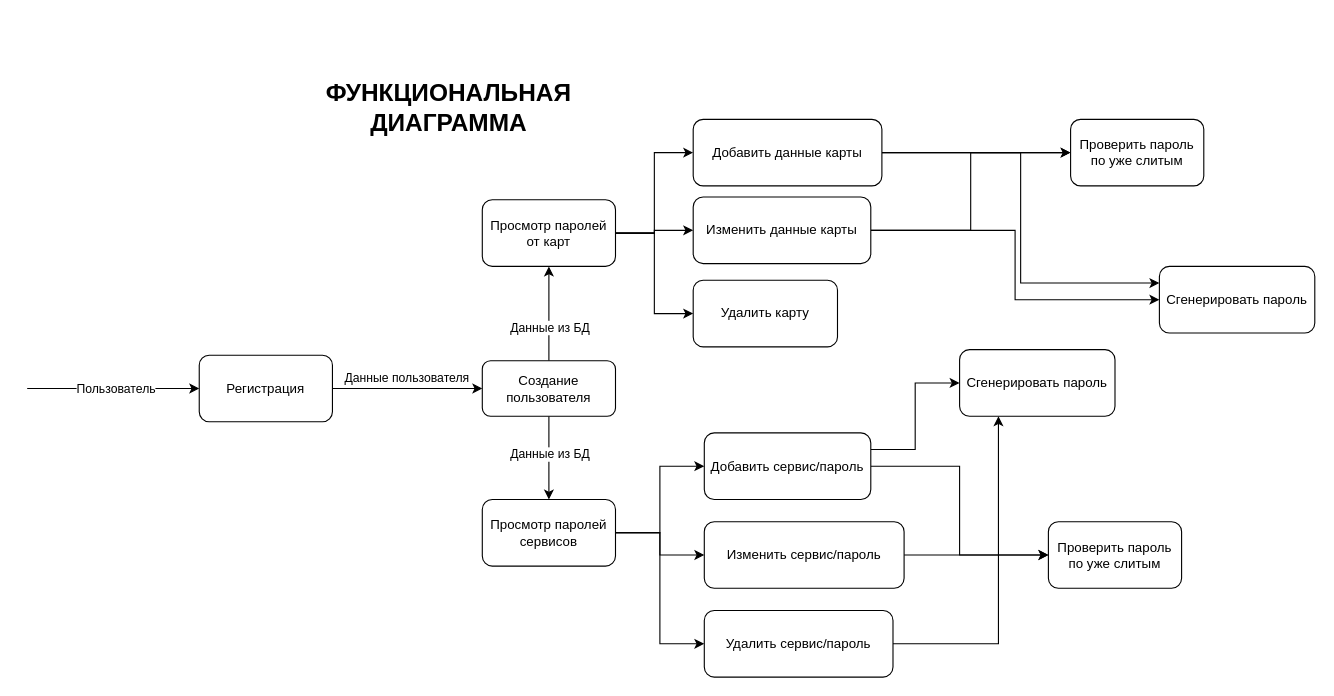
Before: функциональная.drawio in 4aRm5/password_manager_app, a draw.io diagram. Source tidied: cells renumbered, new cells numbered last; positions are measured from the earlier drawing's top-left corner, leaving out a move shared by most shapes. Both pictures are drawn from the tidied source at 111%, with x=0, y=0 at pixel (27, 19).
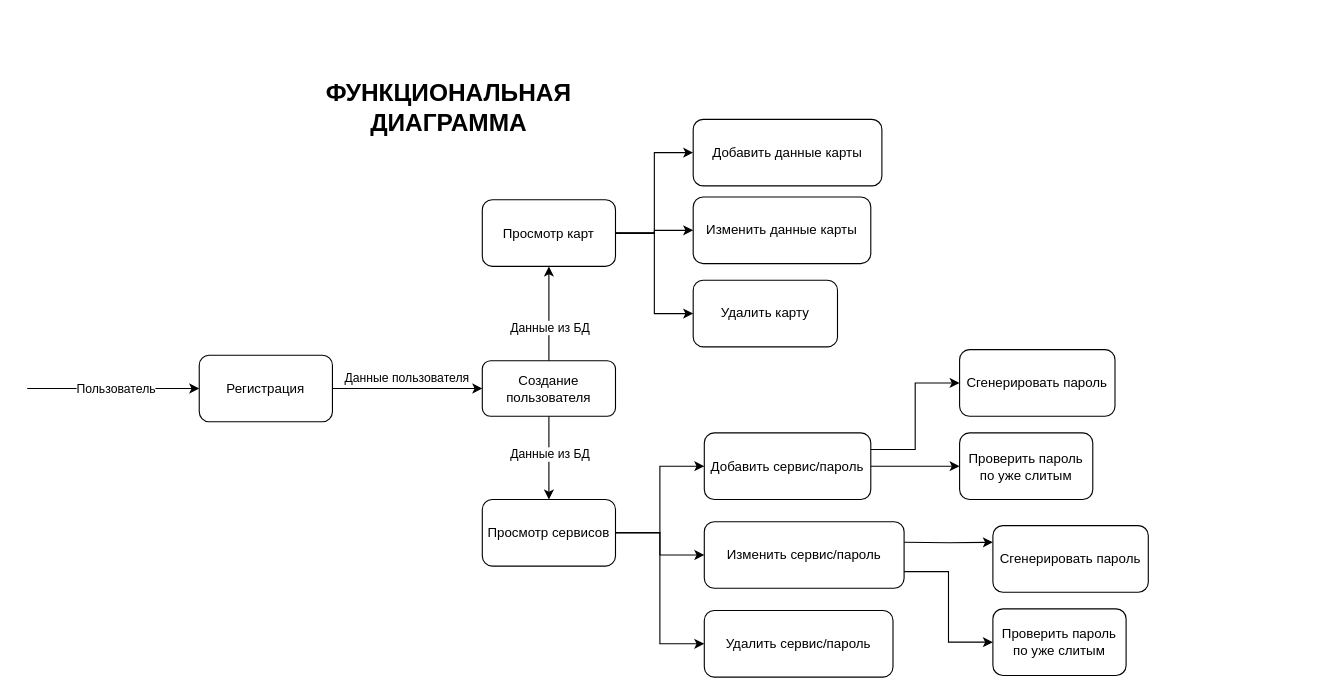
Above is the later version.

Commit message:
Изменение Функциональной диаграммы

Unchanged cells that the change refers to:
```xml
<mxCell id="23" value="Добавить данные карты" style="rounded=1;whiteSpace=wrap;html=1;" parent="1" vertex="1">
  <mxGeometry x="600" y="90" width="170" height="60" as="geometry" />
</mxCell>
<mxCell id="26" value="Изменить данные карты" style="rounded=1;whiteSpace=wrap;html=1;" parent="1" vertex="1">
  <mxGeometry x="600" y="160" width="160" height="60" as="geometry" />
</mxCell>
<mxCell id="28" value="Изменить сервис/пароль" style="rounded=1;whiteSpace=wrap;html=1;" parent="1" vertex="1">
  <mxGeometry x="610" y="452.5" width="180" height="60" as="geometry" />
</mxCell>
<mxCell id="31" value="Удалить сервис/пароль" style="rounded=1;whiteSpace=wrap;html=1;" parent="1" vertex="1">
  <mxGeometry x="610" y="532.5" width="170" height="60" as="geometry" />
</mxCell>
```

The edit, as a diff of the source:
```diff
@@
-    <mxCell id="12" value="Просмотр паролей от карт" style="rounded=1;whiteSpace=wrap;html=1;" parent="1" vertex="1">
+    <mxCell id="12" value="Просмотр карт" style="rounded=1;whiteSpace=wrap;html=1;" parent="1" vertex="1">
       <mxGeometry x="410" y="162.5" width="120" height="60" as="geometry" />
     </mxCell>
@@
-    <mxCell id="17" value="Просмотр паролей сервисов" style="rounded=1;whiteSpace=wrap;html=1;" parent="1" vertex="1">
+    <mxCell id="17" value="Просмотр сервисов" style="rounded=1;whiteSpace=wrap;html=1;" parent="1" vertex="1">
       <mxGeometry x="410" y="432.5" width="120" height="60" as="geometry" />
     </mxCell>
@@
-    <mxCell id="21" style="edgeStyle=orthogonalEdgeStyle;rounded=0;jettySize=auto;html=1;" parent="1" edge="1" source="23" target="35">
-      <mxGeometry relative="1" as="geometry" />
-    </mxCell>
-    <mxCell id="22" style="edgeStyle=orthogonalEdgeStyle;rounded=0;jettySize=auto;html=1;entryX=0;entryY=0.25;entryDx=0;entryDy=0;" parent="1" edge="1" source="23" target="37">
-      <mxGeometry relative="1" as="geometry" />
-    </mxCell>
@@
-    <mxCell id="24" style="edgeStyle=orthogonalEdgeStyle;rounded=0;jettySize=auto;html=1;entryX=0;entryY=0.5;entryDx=0;entryDy=0;" parent="1" edge="1" source="26" target="35">
-      <mxGeometry relative="1" as="geometry" />
-    </mxCell>
-    <mxCell id="25" style="edgeStyle=orthogonalEdgeStyle;rounded=0;jettySize=auto;html=1;entryX=0;entryY=0.5;entryDx=0;entryDy=0;" parent="1" edge="1" source="26" target="37">
-      <mxGeometry relative="1" as="geometry" />
-    </mxCell>
@@
-    <mxCell id="27" style="edgeStyle=orthogonalEdgeStyle;rounded=0;jettySize=auto;html=1;entryX=0;entryY=0.5;entryDx=0;entryDy=0;" parent="1" edge="1" source="28" target="36">
-      <mxGeometry relative="1" as="geometry" />
-    </mxCell>
+    <mxCell id="39" style="edgeStyle=orthogonalEdgeStyle;rounded=0;jettySize=auto;html=1;entryX=0;entryY=0.25;entryDx=0;entryDy=0;" parent="1" edge="1" target="37">
+      <mxGeometry relative="1" as="geometry">
+        <mxPoint x="790" y="471" as="sourcePoint" />
+      </mxGeometry>
+    </mxCell>
+    <mxCell id="40" style="edgeStyle=orthogonalEdgeStyle;rounded=0;jettySize=auto;html=1;exitX=1;exitY=0.75;exitDx=0;exitDy=0;entryX=0;entryY=0.5;entryDx=0;entryDy=0;" parent="1" edge="1" source="28" target="35">
+      <mxGeometry relative="1" as="geometry" />
+    </mxCell>
@@
-    <mxCell id="30" style="edgeStyle=orthogonalEdgeStyle;rounded=0;jettySize=auto;html=1;entryX=0.25;entryY=1;entryDx=0;entryDy=0;" parent="1" edge="1" source="31" target="38">
-      <mxGeometry relative="1" as="geometry" />
-    </mxCell>
@@
+    <mxCell id="36" value="Проверить пароль по уже слитым" style="whiteSpace=wrap;html=1;rounded=1;" parent="1" vertex="1">
+      <mxGeometry x="840" y="372.5" width="120" height="60" as="geometry" />
+    </mxCell>
+    <mxCell id="38" value="Сгенерировать пароль" style="rounded=1;whiteSpace=wrap;html=1;" parent="1" vertex="1">
+      <mxGeometry x="840" y="297.5" width="140" height="60" as="geometry" />
+    </mxCell>
     <mxCell id="35" value="Проверить пароль по уже слитым" style="whiteSpace=wrap;html=1;rounded=1;" parent="1" vertex="1">
-      <mxGeometry x="940" y="90" width="120" height="60" as="geometry" />
+      <mxGeometry x="870" y="531" width="120" height="60" as="geometry" />
     </mxCell>
-    <mxCell id="36" value="Проверить пароль по уже слитым" style="whiteSpace=wrap;html=1;rounded=1;" parent="1" vertex="1">
-      <mxGeometry x="920" y="452.5" width="120" height="60" as="geometry" />
-    </mxCell>
     <mxCell id="37" value="Сгенерировать пароль" style="rounded=1;whiteSpace=wrap;html=1;" parent="1" vertex="1">
-      <mxGeometry x="1020" y="222.5" width="140" height="60" as="geometry" />
+      <mxGeometry x="870" y="456" width="140" height="60" as="geometry" />
     </mxCell>
-    <mxCell id="38" value="Сгенерировать пароль" style="rounded=1;whiteSpace=wrap;html=1;" parent="1" vertex="1">
-      <mxGeometry x="840" y="297.5" width="140" height="60" as="geometry" />
-    </mxCell>
```
